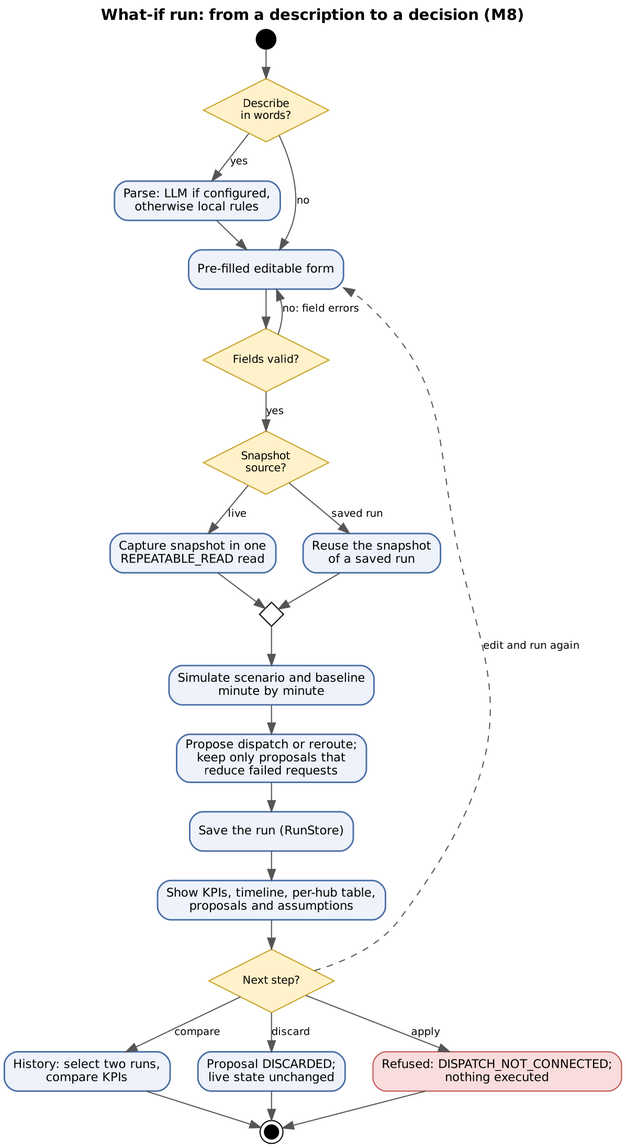
Jennie3306/smart-emobility-hub keeps this Graphviz diagram as docs/tools_for_figures/png/m8/m8_activity.png. Above is the earlier version. Its source is kept beside it as docs/tools_for_figures/graphviz_dot/m8/m8_activity.dot. Its diagram source:
```dot
digraph G { graph [rankdir=TB, fontname="DejaVu Sans", nodesep=0.35, ranksep=0.35, label=<<b>What-if run: from a description to a decision (M8)</b>>, labelloc=t, fontsize=14]; node [fontname="DejaVu Sans", fontsize=11]; edge [fontname="DejaVu Sans", fontsize=9.5, color="#555555"];
s [shape=circle, style=filled, fillcolor=black, label="", width=0.25];

d1 [label="Describe\nin words?", shape=diamond, style=filled, fillcolor="#fff1c9", color="#c9a227", fontsize=10, width=1.6, height=0.8];
p [label="Parse: LLM if configured,\notherwise local rules", shape=box, style="rounded,filled", fillcolor="#eef2fb", color="#4a6fa5", penwidth=1.4];
f [label="Pre-filled editable form", shape=box, style="rounded,filled", fillcolor="#eef2fb", color="#4a6fa5", penwidth=1.4];
d2 [label="Fields valid?", shape=diamond, style=filled, fillcolor="#fff1c9", color="#c9a227", fontsize=10, width=1.6, height=0.8];
d3 [label="Snapshot\nsource?", shape=diamond, style=filled, fillcolor="#fff1c9", color="#c9a227", fontsize=10, width=1.6, height=0.8];
c [label="Capture snapshot in one\nREPEATABLE_READ read", shape=box, style="rounded,filled", fillcolor="#eef2fb", color="#4a6fa5", penwidth=1.4];
r [label="Reuse the snapshot\nof a saved run", shape=box, style="rounded,filled", fillcolor="#eef2fb", color="#4a6fa5", penwidth=1.4];
m [shape=diamond, label="", width=0.3, height=0.3, style=filled, fillcolor="#ffffff"];
sim [label="Simulate scenario and baseline\nminute by minute", shape=box, style="rounded,filled", fillcolor="#eef2fb", color="#4a6fa5", penwidth=1.4];
pr [label="Propose dispatch or reroute;\nkeep only proposals that\nreduce failed requests", shape=box, style="rounded,filled", fillcolor="#eef2fb", color="#4a6fa5", penwidth=1.4];
sv [label="Save the run (RunStore)", shape=box, style="rounded,filled", fillcolor="#eef2fb", color="#4a6fa5", penwidth=1.4];
sh [label="Show KPIs, timeline, per-hub table,\nproposals and assumptions", shape=box, style="rounded,filled", fillcolor="#eef2fb", color="#4a6fa5", penwidth=1.4];
d4 [label="Next step?", shape=diamond, style=filled, fillcolor="#fff1c9", color="#c9a227", fontsize=10, width=1.6, height=0.8];
cmp [label="History: select two runs,\ncompare KPIs", shape=box, style="rounded,filled", fillcolor="#eef2fb", color="#4a6fa5", penwidth=1.4];
dis [label="Proposal DISCARDED;\nlive state unchanged", shape=box, style="rounded,filled", fillcolor="#eef2fb", color="#4a6fa5", penwidth=1.4];
ap [label="Refused: DISPATCH_NOT_CONNECTED;\nnothing executed", shape=box, style="rounded,filled", fillcolor="#f9dcdc", color="#c0504d"];
e [shape=doublecircle, style=filled, fillcolor=black, label="", width=0.18];
s -> d1; d1 -> p [label="yes"]; d1 -> f [label="no"]; p -> f; f -> d2; d2 -> f [label="no: field errors", constraint=false];
d2 -> d3 [label="yes"]; d3 -> c [label="live"]; d3 -> r [label="saved run"]; c -> m; r -> m; m -> sim -> pr -> sv -> sh -> d4;
d4 -> f [label="edit and run again", constraint=false, style=dashed];
d4 -> cmp [label="compare"]; d4 -> dis [label="discard"]; d4 -> ap [label="apply"];
cmp -> e; dis -> e; ap -> e;
{rank=same; c; r} {rank=same; cmp; dis; ap}
}
```
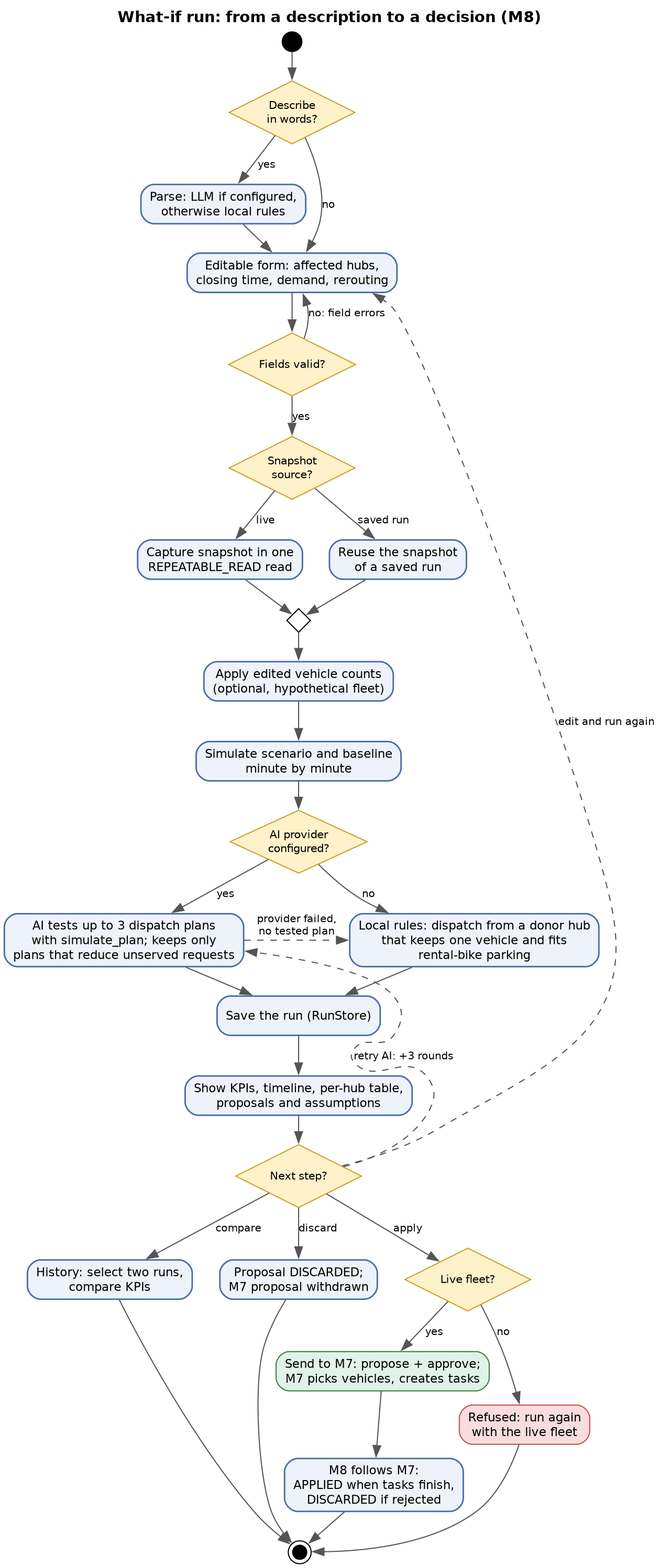
Above is the later version.

What changed in the source:
```diff
@@ -3,25 +3,35 @@
 
 d1 [label="Describe\nin words?", shape=diamond, style=filled, fillcolor="#fff1c9", color="#c9a227", fontsize=10, width=1.6, height=0.8];
 p [label="Parse: LLM if configured,\notherwise local rules", shape=box, style="rounded,filled", fillcolor="#eef2fb", color="#4a6fa5", penwidth=1.4];
-f [label="Pre-filled editable form", shape=box, style="rounded,filled", fillcolor="#eef2fb", color="#4a6fa5", penwidth=1.4];
+f [label="Editable form: affected hubs,\nclosing time, demand, rerouting", shape=box, style="rounded,filled", fillcolor="#eef2fb", color="#4a6fa5", penwidth=1.4];
 d2 [label="Fields valid?", shape=diamond, style=filled, fillcolor="#fff1c9", color="#c9a227", fontsize=10, width=1.6, height=0.8];
 d3 [label="Snapshot\nsource?", shape=diamond, style=filled, fillcolor="#fff1c9", color="#c9a227", fontsize=10, width=1.6, height=0.8];
 c [label="Capture snapshot in one\nREPEATABLE_READ read", shape=box, style="rounded,filled", fillcolor="#eef2fb", color="#4a6fa5", penwidth=1.4];
 r [label="Reuse the snapshot\nof a saved run", shape=box, style="rounded,filled", fillcolor="#eef2fb", color="#4a6fa5", penwidth=1.4];
 m [shape=diamond, label="", width=0.3, height=0.3, style=filled, fillcolor="#ffffff"];
+fl [label="Apply edited vehicle counts\n(optional, hypothetical fleet)", shape=box, style="rounded,filled", fillcolor="#eef2fb", color="#4a6fa5", penwidth=1.4];
 sim [label="Simulate scenario and baseline\nminute by minute", shape=box, style="rounded,filled", fillcolor="#eef2fb", color="#4a6fa5", penwidth=1.4];
-pr [label="Propose dispatch or reroute;\nkeep only proposals that\nreduce failed requests", shape=box, style="rounded,filled", fillcolor="#eef2fb", color="#4a6fa5", penwidth=1.4];
+d5 [label="AI provider\nconfigured?", shape=diamond, style=filled, fillcolor="#fff1c9", color="#c9a227", fontsize=10, width=1.6, height=0.8];
+ai [label="AI tests up to 3 dispatch plans\nwith simulate_plan; keeps only\nplans that reduce unserved requests", shape=box, style="rounded,filled", fillcolor="#eef2fb", color="#4a6fa5", penwidth=1.4];
+pr [label="Local rules: dispatch from a donor hub\nthat keeps one vehicle and fits\nrental-bike parking", shape=box, style="rounded,filled", fillcolor="#eef2fb", color="#4a6fa5", penwidth=1.4];
 sv [label="Save the run (RunStore)", shape=box, style="rounded,filled", fillcolor="#eef2fb", color="#4a6fa5", penwidth=1.4];
 sh [label="Show KPIs, timeline, per-hub table,\nproposals and assumptions", shape=box, style="rounded,filled", fillcolor="#eef2fb", color="#4a6fa5", penwidth=1.4];
 d4 [label="Next step?", shape=diamond, style=filled, fillcolor="#fff1c9", color="#c9a227", fontsize=10, width=1.6, height=0.8];
 cmp [label="History: select two runs,\ncompare KPIs", shape=box, style="rounded,filled", fillcolor="#eef2fb", color="#4a6fa5", penwidth=1.4];
-dis [label="Proposal DISCARDED;\nlive state unchanged", shape=box, style="rounded,filled", fillcolor="#eef2fb", color="#4a6fa5", penwidth=1.4];
-ap [label="Refused: DISPATCH_NOT_CONNECTED;\nnothing executed", shape=box, style="rounded,filled", fillcolor="#f9dcdc", color="#c0504d"];
+dis [label="Proposal DISCARDED;\nM7 proposal withdrawn", shape=box, style="rounded,filled", fillcolor="#eef2fb", color="#4a6fa5", penwidth=1.4];
+d6 [label="Live fleet?", shape=diamond, style=filled, fillcolor="#fff1c9", color="#c9a227", fontsize=10, width=1.6, height=0.8];
+ap [label="Send to M7: propose + approve;\nM7 picks vehicles, creates tasks", shape=box, style="rounded,filled", fillcolor="#e1f3e8", color="#3a7d44"];
+no [label="Refused: run again\nwith the live fleet", shape=box, style="rounded,filled", fillcolor="#f9dcdc", color="#c0504d"];
+fw [label="M8 follows M7:\nAPPLIED when tasks finish,\nDISCARDED if rejected", shape=box, style="rounded,filled", fillcolor="#eef2fb", color="#4a6fa5", penwidth=1.4];
 e [shape=doublecircle, style=filled, fillcolor=black, label="", width=0.18];
 s -> d1; d1 -> p [label="yes"]; d1 -> f [label="no"]; p -> f; f -> d2; d2 -> f [label="no: field errors", constraint=false];
-d2 -> d3 [label="yes"]; d3 -> c [label="live"]; d3 -> r [label="saved run"]; c -> m; r -> m; m -> sim -> pr -> sv -> sh -> d4;
+d2 -> d3 [label="yes"]; d3 -> c [label="live"]; d3 -> r [label="saved run"]; c -> m; r -> m; m -> fl -> sim -> d5;
+d5 -> ai [label="yes"]; d5 -> pr [label="no"]; ai -> pr [label="provider failed,\nno tested plan", style=dashed];
+ai -> sv; pr -> sv; sv -> sh -> d4;
 d4 -> f [label="edit and run again", constraint=false, style=dashed];
-d4 -> cmp [label="compare"]; d4 -> dis [label="discard"]; d4 -> ap [label="apply"];
-cmp -> e; dis -> e; ap -> e;
-{rank=same; c; r} {rank=same; cmp; dis; ap}
+d4 -> ai [label="retry AI: +3 rounds", constraint=false, style=dashed];
+d4 -> cmp [label="compare"]; d4 -> dis [label="discard"]; d4 -> d6 [label="apply"];
+d6 -> ap [label="yes"]; d6 -> no [label="no"]; ap -> fw;
+cmp -> e; dis -> e; fw -> e; no -> e;
+{rank=same; c; r} {rank=same; ai; pr} {rank=same; cmp; dis; d6}
 }
```
